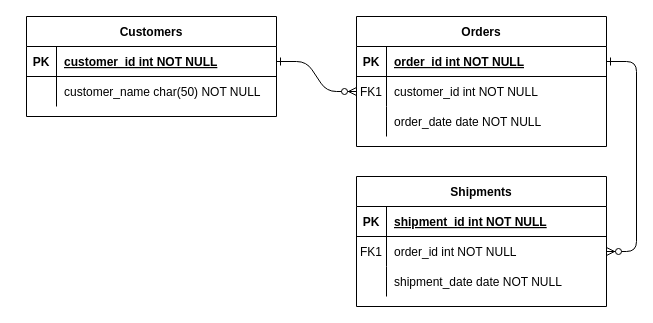
This is ERD.drawio from theboxx/haha, a draw.io file, before an edit. Source tidied: cells renumbered, new cells numbered last; positions are measured from the earlier drawing's top-left corner, leaving out a move shared by most shapes. Both pictures are drawn from the tidied source at 100%, with x=0, y=0 at pixel (26, 16).
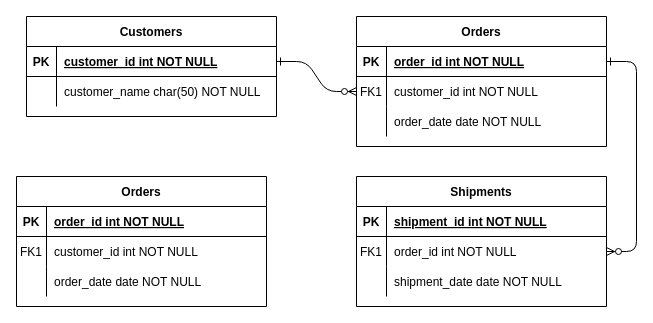
Above is the later version.

What changed in the source:
```diff
@@
+    <mxCell id="31" value="Orders" style="shape=table;startSize=30;childLayout=tableLayout;rowLines=0;fontStyle=1;align=center;" parent="1" vertex="1">
+      <mxGeometry x="-10" y="160" width="250" height="130" as="geometry" />
+    </mxCell>
+    <mxCell id="32" style="shape=partialRectangle;fillColor=none;top=0;left=0;right=0;bottom=1;" parent="31" vertex="1">
+      <mxGeometry y="30" width="250" height="30" as="geometry" />
+    </mxCell>
+    <mxCell id="33" value="PK" style="shape=partialRectangle;overflow=hidden;fillColor=none;top=0;left=0;bottom=0;right=0;fontStyle=1;" parent="32" vertex="1">
+      <mxGeometry width="30" height="30" as="geometry" />
+    </mxCell>
+    <mxCell id="34" value="order_id int NOT NULL " style="shape=partialRectangle;overflow=hidden;fillColor=none;top=0;left=0;bottom=0;right=0;align=left;spacingLeft=6;fontStyle=5;" parent="32" vertex="1">
+      <mxGeometry x="30" width="220" height="30" as="geometry" />
+    </mxCell>
+    <mxCell id="35" style="shape=partialRectangle;fillColor=none;top=0;left=0;right=0;bottom=0;" parent="31" vertex="1">
+      <mxGeometry y="60" width="250" height="30" as="geometry" />
+    </mxCell>
+    <mxCell id="36" value="FK1" style="shape=partialRectangle;overflow=hidden;fillColor=none;top=0;left=0;bottom=0;right=0;" parent="35" vertex="1">
+      <mxGeometry width="30" height="30" as="geometry" />
+    </mxCell>
+    <mxCell id="37" value="customer_id int NOT NULL" style="shape=partialRectangle;overflow=hidden;fillColor=none;top=0;left=0;bottom=0;right=0;align=left;spacingLeft=6;" parent="35" vertex="1">
+      <mxGeometry x="30" width="220" height="30" as="geometry" />
+    </mxCell>
+    <mxCell id="38" style="shape=partialRectangle;fillColor=none;top=0;left=0;right=0;bottom=0;" parent="31" vertex="1">
+      <mxGeometry y="90" width="250" height="30" as="geometry" />
+    </mxCell>
+    <mxCell id="39" style="shape=partialRectangle;overflow=hidden;fillColor=none;top=0;left=0;bottom=0;right=0;" parent="38" vertex="1">
+      <mxGeometry width="30" height="30" as="geometry" />
+    </mxCell>
+    <mxCell id="40" value="order_date date NOT NULL" style="shape=partialRectangle;overflow=hidden;fillColor=none;top=0;left=0;bottom=0;right=0;align=left;spacingLeft=6;" parent="38" vertex="1">
+      <mxGeometry x="30" width="220" height="30" as="geometry" />
+    </mxCell>
```
